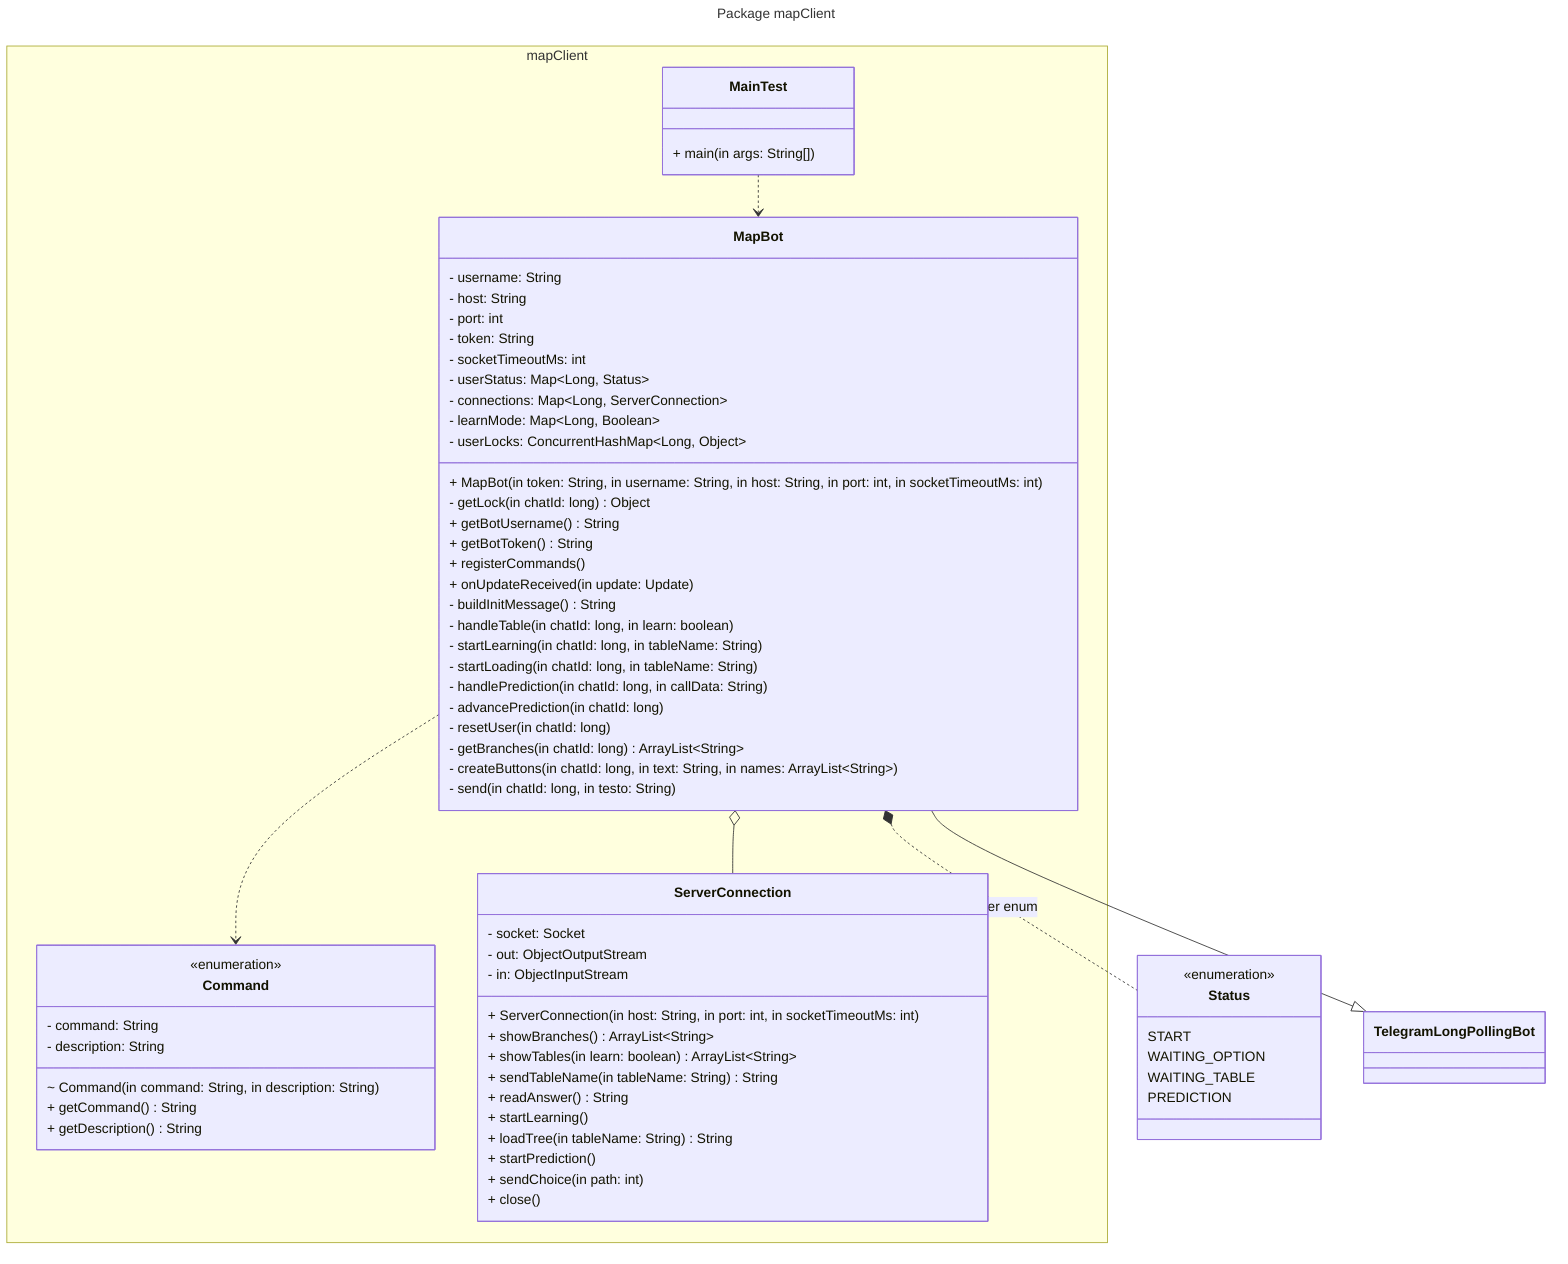
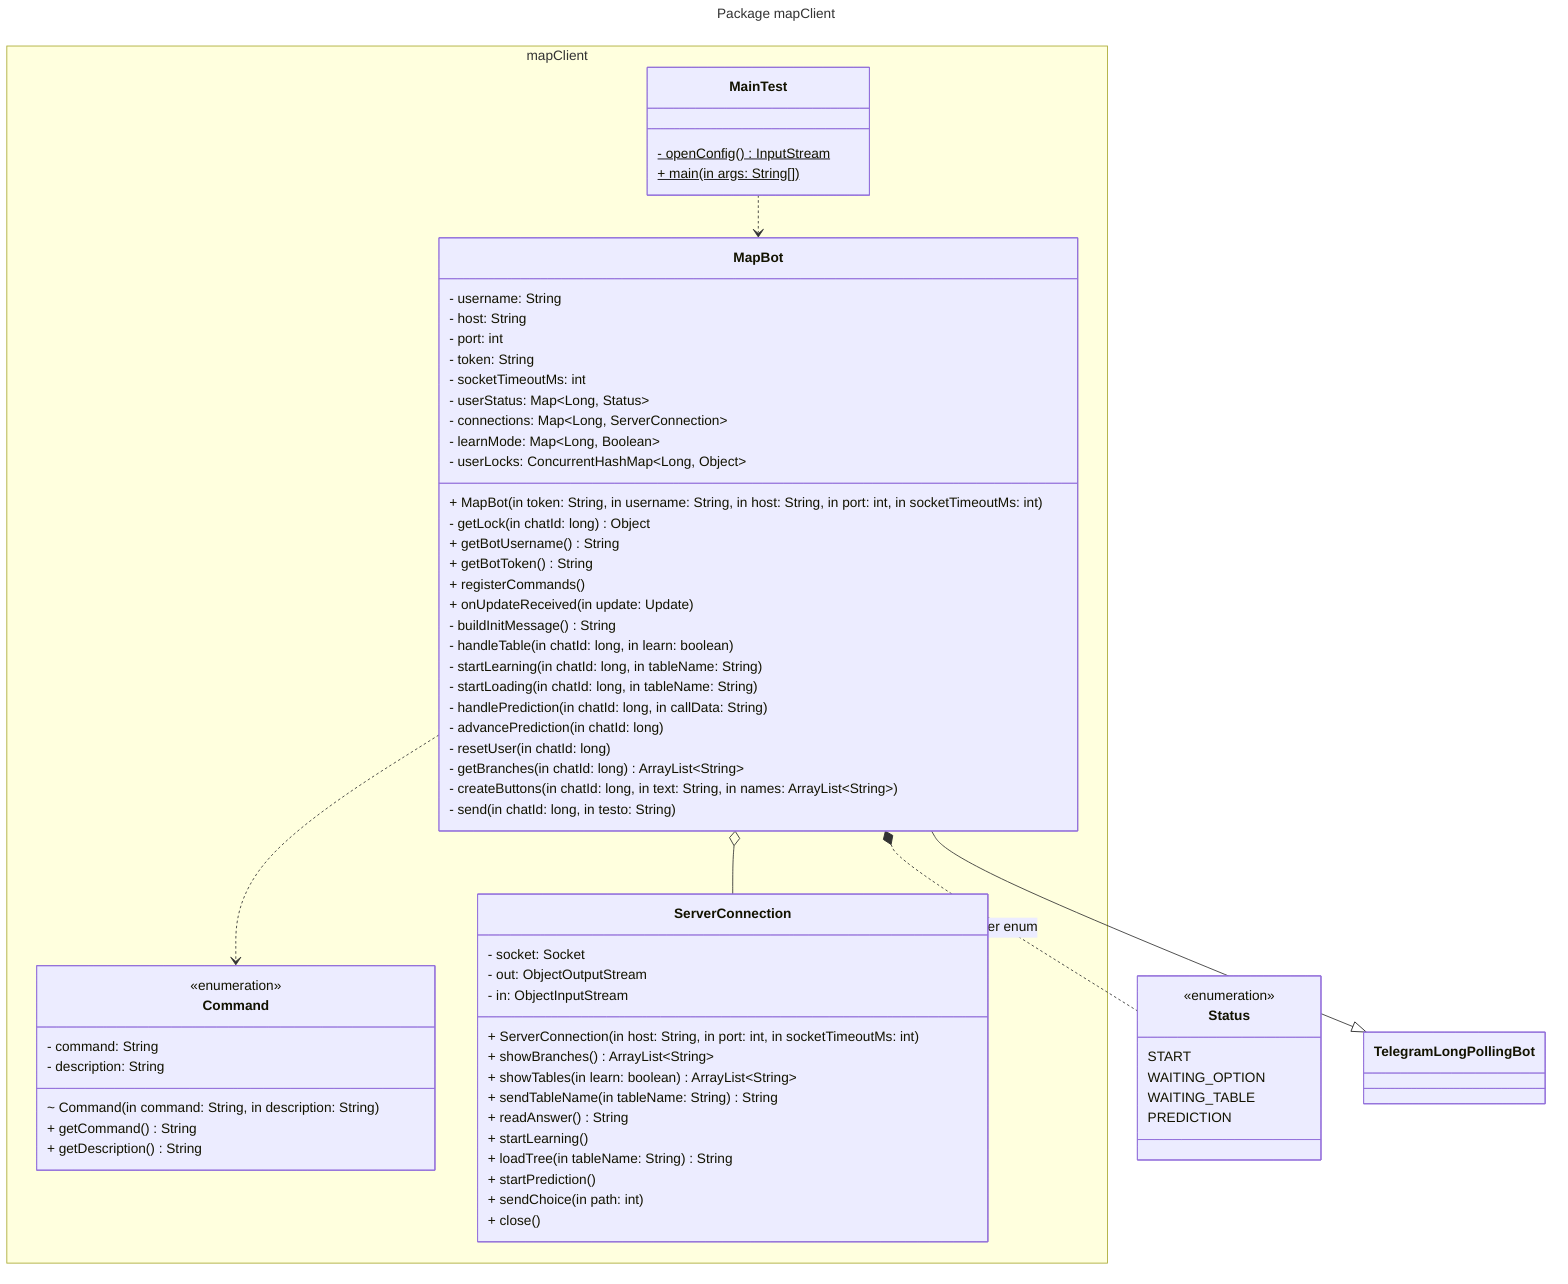
---
title: Package mapClient
---
classDiagram
namespace mapClient {
  class Command
  class MainTest
  class MapBot
  class ServerConnection
}

class Command {
  <<enumeration>>
  - command: String
  - description: String
  ~ Command(in command: String, in description: String)
  + getCommand() String
  + getDescription() String
}

class MainTest {
-   + main(in args: String[])
+   - openConfig()$ InputStream
+   + main(in args: String[])$
}

class MapBot {
  - username: String
  - host: String
  - port: int
  - token: String
  - socketTimeoutMs: int
  - userStatus: Map~Long, Status~
  - connections: Map~Long, ServerConnection~
  - learnMode: Map~Long, Boolean~
  - userLocks: ConcurrentHashMap~Long, Object~
  + MapBot(in token: String, in username: String, in host: String, in port: int, in socketTimeoutMs: int)
  - getLock(in chatId: long) Object
  + getBotUsername() String
  + getBotToken() String
  + registerCommands()
  + onUpdateReceived(in update: Update)
  - buildInitMessage() String
  - handleTable(in chatId: long, in learn: boolean)
  - startLearning(in chatId: long, in tableName: String)
  - startLoading(in chatId: long, in tableName: String)
  - handlePrediction(in chatId: long, in callData: String)
  - advancePrediction(in chatId: long)
  - resetUser(in chatId: long)
  - getBranches(in chatId: long) ArrayList~String~
  - createButtons(in chatId: long, in text: String, in names: ArrayList~String~)
  - send(in chatId: long, in testo: String)
}

class Status {
  <<enumeration>>
  START
  WAITING_OPTION
  WAITING_TABLE
  PREDICTION
}

class ServerConnection {
  - socket: Socket
  - out: ObjectOutputStream
  - in: ObjectInputStream
  + ServerConnection(in host: String, in port: int, in socketTimeoutMs: int)
  + showBranches() ArrayList~String~
  + showTables(in learn: boolean) ArrayList~String~
  + sendTableName(in tableName: String) String
  + readAnswer() String
  + startLearning()
  + loadTree(in tableName: String) String
  + startPrediction()
  + sendChoice(in path: int)
  + close()
}

class TelegramLongPollingBot {
}

MapBot --|> TelegramLongPollingBot
MapBot *.. Status : inner enum
MapBot o-- ServerConnection
MapBot ..> Command
MainTest ..> MapBot
